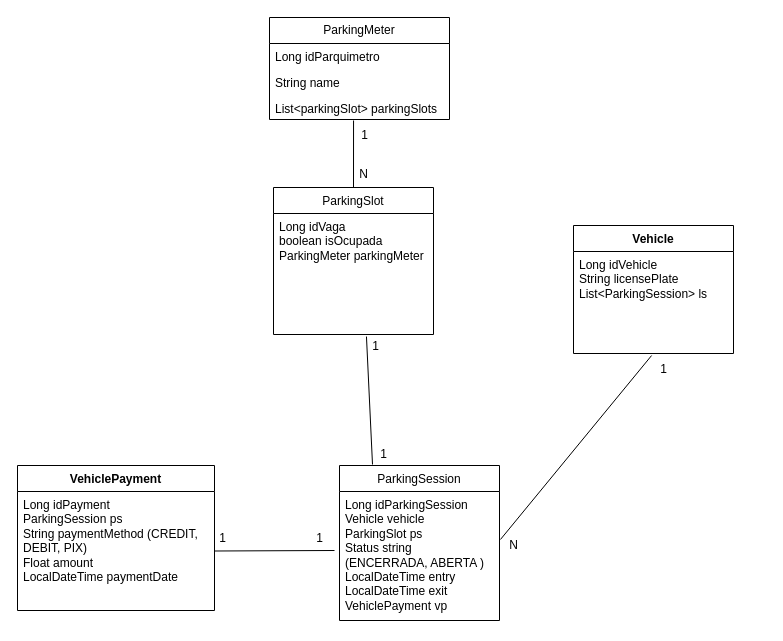
Above: tech-challenge-2-diagrama-entidades-relacionamentos.drawio in FiapPosTech-5ADJT/tech-challenge-2-grupo-21 (draw.io), before the change. Source tidied: cells renumbered, new cells numbered last; positions are measured from the earlier drawing's top-left corner, leaving out a move shared by most shapes. Both pictures are drawn from the tidied source at 100%, with x=0, y=0 at pixel (17, 17).
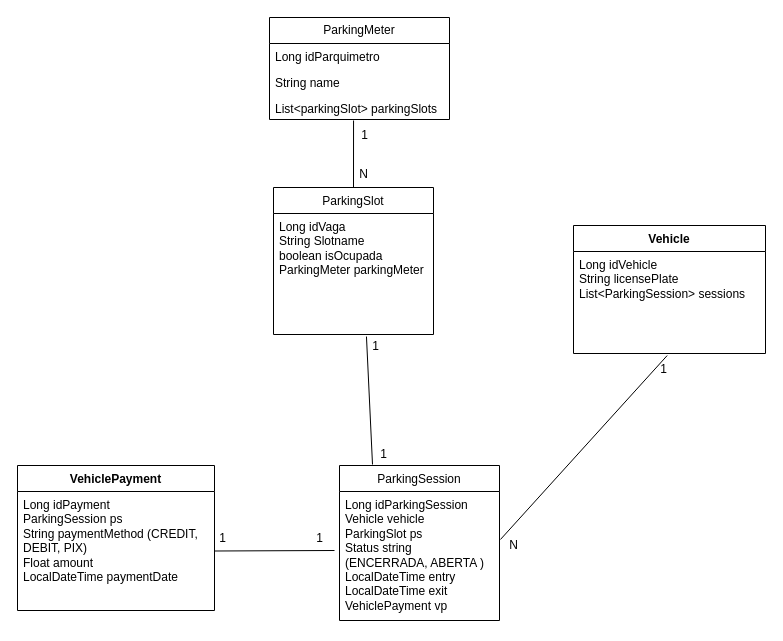
The same page after the edit.

The change refers to these unchanged cells:
```xml
<mxCell id="6" value="&lt;span style=&quot;font-weight: 400;&quot;&gt;ParkingSlot&lt;/span&gt;" style="swimlane;fontStyle=1;align=center;verticalAlign=top;horizontal=1;startSize=26;whiteSpace=wrap;html=1;" parent="1" vertex="1">
  <mxGeometry x="256" y="170" width="160" height="147" as="geometry" />
</mxCell>
```

What changed in the source:
```diff
@@
-    <mxCell id="7" value="Long idVaga&lt;div&gt;boolean isOcupada&lt;br&gt;&lt;/div&gt;&lt;div&gt;&lt;span style=&quot;background-color: initial;&quot;&gt;ParkingMeter parkingMeter&lt;/span&gt;&lt;br&gt;&lt;/div&gt;" style="text;strokeColor=none;fillColor=none;align=left;verticalAlign=top;spacingLeft=4;spacingRight=4;overflow=hidden;points=[[0,0.5],[1,0.5]];portConstraint=eastwest;whiteSpace=wrap;html=1;" parent="6" vertex="1">
+    <mxCell id="7" value="Long idVaga&lt;div&gt;String Slotname&lt;br&gt;&lt;div&gt;boolean isOcupada&lt;br&gt;&lt;/div&gt;&lt;div&gt;&lt;span style=&quot;background-color: initial;&quot;&gt;ParkingMeter parkingMeter&lt;/span&gt;&lt;br&gt;&lt;/div&gt;&lt;/div&gt;" style="text;strokeColor=none;fillColor=none;align=left;verticalAlign=top;spacingLeft=4;spacingRight=4;overflow=hidden;points=[[0,0.5],[1,0.5]];portConstraint=eastwest;whiteSpace=wrap;html=1;" parent="6" vertex="1">
       <mxGeometry y="26" width="160" height="121" as="geometry" />
     </mxCell>
     <mxCell id="8" value="Vehicle&lt;div&gt;&lt;br&gt;&lt;/div&gt;" style="swimlane;fontStyle=1;align=center;verticalAlign=top;horizontal=1;startSize=26;whiteSpace=wrap;html=1;" parent="1" vertex="1">
-      <mxGeometry x="556" y="208" width="160" height="128" as="geometry" />
+      <mxGeometry x="556" y="208" width="192" height="128" as="geometry" />
     </mxCell>
-    <mxCell id="9" value="Long idVehicle&lt;div&gt;String licensePlate&lt;/div&gt;&lt;div&gt;List&amp;lt;ParkingSession&amp;gt; ls&lt;/div&gt;" style="text;strokeColor=none;fillColor=none;align=left;verticalAlign=top;spacingLeft=4;spacingRight=4;overflow=hidden;points=[[0,0.5],[1,0.5]];portConstraint=eastwest;whiteSpace=wrap;html=1;" parent="8" vertex="1">
-      <mxGeometry y="26" width="160" height="102" as="geometry" />
+    <mxCell id="9" value="Long idVehicle&lt;div&gt;String licensePlate&lt;/div&gt;&lt;div&gt;List&amp;lt;ParkingSession&amp;gt; sessions&lt;/div&gt;" style="text;strokeColor=none;fillColor=none;align=left;verticalAlign=top;spacingLeft=4;spacingRight=4;overflow=hidden;points=[[0,0.5],[1,0.5]];portConstraint=eastwest;whiteSpace=wrap;html=1;" parent="8" vertex="1">
+      <mxGeometry y="26" width="192" height="102" as="geometry" />
     </mxCell>
```
